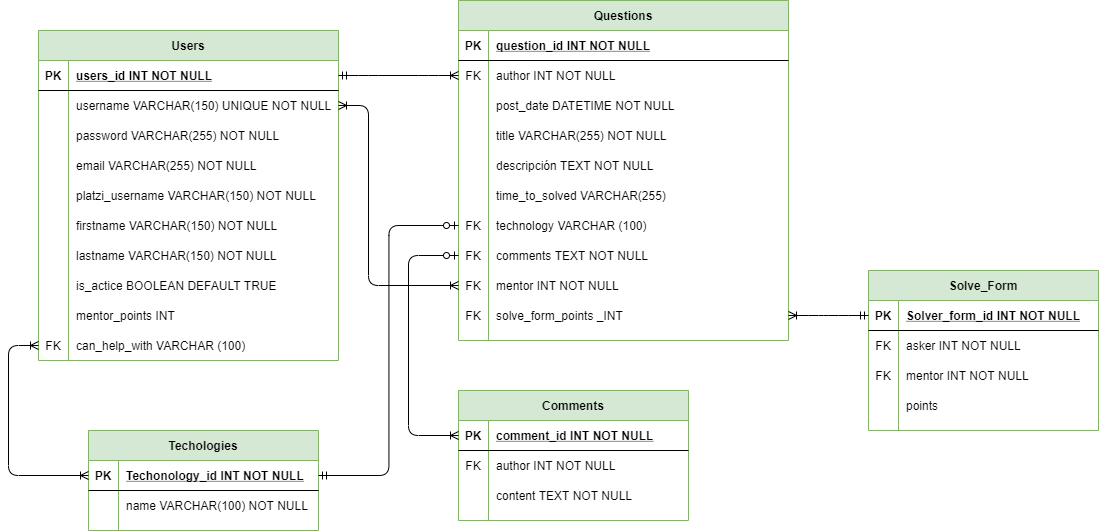
P-Society-Hackaton-Platzi/hackaton-platzi-master-ERM keeps this draw.io diagram as ERM/psociety erm.png. Above is the earlier version. Source tidied: cells renumbered, new cells last; positions are measured from the earlier drawing's top-left corner, leaving out a move shared by most shapes.
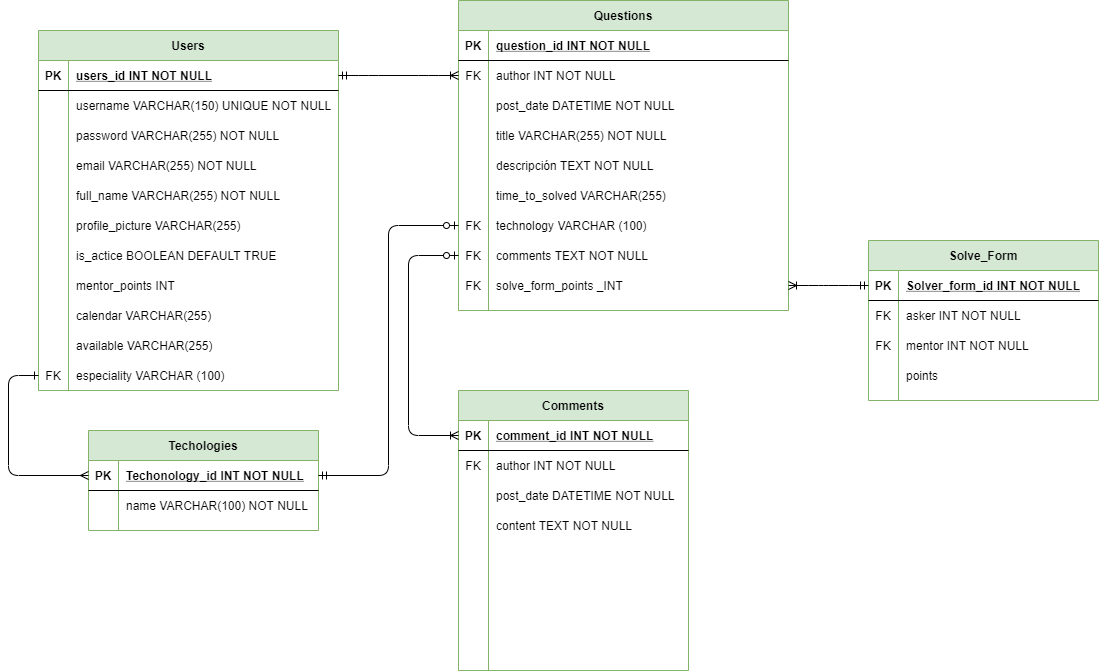
Above is the later version.

The edit, as a diff of the source:
```diff
@@ -3,7 +3,7 @@
     <mxCell id="0" />
     <mxCell id="1" parent="0" />
     <mxCell id="2" value="Users" style="shape=table;startSize=30;rowLines=0;fontStyle=1;align=center;strokeColor=#82b366;fillColor=#d5e8d4;" parent="1" vertex="1">
-      <mxGeometry x="30" y="30" width="300" height="330" as="geometry" />
+      <mxGeometry x="30" y="30" width="300" height="360" as="geometry" />
     </mxCell>
     <mxCell id="3" style="shape=partialRectangle;fillColor=none;top=0;left=0;bottom=1;right=0;points=[[0,0.5],[1,0.5]];portConstraint=eastwest;" parent="2" vertex="1">
       <mxGeometry y="30" width="300" height="30" as="geometry" />
@@ -41,35 +41,26 @@
     <mxCell id="14" value="email VARCHAR(255) NOT NULL" style="shape=partialRectangle;fillColor=none;top=0;left=0;bottom=0;right=0;align=left;spacingLeft=6;overflow=hidden;" parent="12" vertex="1">
       <mxGeometry x="30" width="270" height="30" as="geometry" />
     </mxCell>
-    <mxCell id="15" style="shape=partialRectangle;fillColor=none;top=0;left=0;bottom=0;right=0;" parent="2" vertex="1">
-      <mxGeometry y="150" width="300" height="30" as="geometry" />
-    </mxCell>
-    <mxCell id="16" style="shape=partialRectangle;fillColor=none;top=0;left=0;bottom=0;right=0;overflow=hidden;" parent="15" vertex="1">
-      <mxGeometry width="30" height="30" as="geometry" />
-    </mxCell>
-    <mxCell id="17" value="platzi_username VARCHAR(150) NOT NULL" style="shape=partialRectangle;fillColor=none;top=0;left=0;bottom=0;right=0;align=left;spacingLeft=6;overflow=hidden;" parent="15" vertex="1">
-      <mxGeometry x="30" width="270" height="30" as="geometry" />
-    </mxCell>
     <mxCell id="18" style="shape=partialRectangle;fillColor=none;top=0;left=0;bottom=0;right=0;" parent="2" vertex="1">
-      <mxGeometry y="180" width="300" height="30" as="geometry" />
+      <mxGeometry y="150" width="300" height="30" as="geometry" />
     </mxCell>
     <mxCell id="19" style="shape=partialRectangle;fillColor=none;top=0;left=0;bottom=0;right=0;overflow=hidden;" parent="18" vertex="1">
       <mxGeometry width="30" height="30" as="geometry" />
     </mxCell>
-    <mxCell id="20" value="firstname VARCHAR(150) NOT NULL" style="shape=partialRectangle;fillColor=none;top=0;left=0;bottom=0;right=0;align=left;spacingLeft=6;overflow=hidden;" parent="18" vertex="1">
+    <mxCell id="20" value="full_name VARCHAR(255) NOT NULL" style="shape=partialRectangle;fillColor=none;top=0;left=0;bottom=0;right=0;align=left;spacingLeft=6;overflow=hidden;" parent="18" vertex="1">
       <mxGeometry x="30" width="270" height="30" as="geometry" />
     </mxCell>
-    <mxCell id="21" style="shape=partialRectangle;fillColor=none;top=0;left=0;bottom=0;right=0;" parent="2" vertex="1">
-      <mxGeometry y="210" width="300" height="30" as="geometry" />
-    </mxCell>
-    <mxCell id="22" style="shape=partialRectangle;fillColor=none;top=0;left=0;bottom=0;right=0;overflow=hidden;" parent="21" vertex="1">
-      <mxGeometry width="30" height="30" as="geometry" />
-    </mxCell>
-    <mxCell id="23" value="lastname VARCHAR(150) NOT NULL" style="shape=partialRectangle;fillColor=none;top=0;left=0;bottom=0;right=0;align=left;spacingLeft=6;overflow=hidden;" parent="21" vertex="1">
-      <mxGeometry x="30" width="270" height="30" as="geometry" />
-    </mxCell>
+    <mxCell id="100" style="shape=partialRectangle;fillColor=none;top=0;left=0;bottom=0;right=0;" parent="2" vertex="1">
+      <mxGeometry y="180" width="300" height="30" as="geometry" />
+    </mxCell>
+    <mxCell id="101" style="shape=partialRectangle;fillColor=none;top=0;left=0;bottom=0;right=0;overflow=hidden;" parent="100" vertex="1">
+      <mxGeometry width="30" height="30" as="geometry" />
+    </mxCell>
+    <mxCell id="102" value="profile_picture VARCHAR(255)" style="shape=partialRectangle;fillColor=none;top=0;left=0;bottom=0;right=0;align=left;spacingLeft=6;overflow=hidden;" parent="100" vertex="1">
+      <mxGeometry x="30" width="270" height="30" as="geometry" />
+    </mxCell>
     <mxCell id="24" style="shape=partialRectangle;fillColor=none;top=0;left=0;bottom=0;right=0;" parent="2" vertex="1">
-      <mxGeometry y="240" width="300" height="30" as="geometry" />
+      <mxGeometry y="210" width="300" height="30" as="geometry" />
     </mxCell>
     <mxCell id="25" style="shape=partialRectangle;fillColor=none;top=0;left=0;bottom=0;right=0;overflow=hidden;" parent="24" vertex="1">
       <mxGeometry width="30" height="30" as="geometry" />
@@ -78,7 +69,7 @@
       <mxGeometry x="30" width="270" height="30" as="geometry" />
     </mxCell>
     <mxCell id="27" style="shape=partialRectangle;fillColor=none;top=0;left=0;bottom=0;right=0;" parent="2" vertex="1">
-      <mxGeometry y="270" width="300" height="30" as="geometry" />
+      <mxGeometry y="240" width="300" height="30" as="geometry" />
     </mxCell>
     <mxCell id="28" style="shape=partialRectangle;fillColor=none;top=0;left=0;bottom=0;right=0;overflow=hidden;" parent="27" vertex="1">
       <mxGeometry width="30" height="30" as="geometry" />
@@ -86,13 +77,31 @@
     <mxCell id="29" value="mentor_points INT " style="shape=partialRectangle;fillColor=none;top=0;left=0;bottom=0;right=0;align=left;spacingLeft=6;overflow=hidden;" parent="27" vertex="1">
       <mxGeometry x="30" width="270" height="30" as="geometry" />
     </mxCell>
+    <mxCell id="103" style="shape=partialRectangle;fillColor=none;top=0;left=0;bottom=0;right=0;" parent="2" vertex="1">
+      <mxGeometry y="270" width="300" height="30" as="geometry" />
+    </mxCell>
+    <mxCell id="104" style="shape=partialRectangle;fillColor=none;top=0;left=0;bottom=0;right=0;overflow=hidden;" parent="103" vertex="1">
+      <mxGeometry width="30" height="30" as="geometry" />
+    </mxCell>
+    <mxCell id="105" value="calendar VARCHAR(255)" style="shape=partialRectangle;fillColor=none;top=0;left=0;bottom=0;right=0;align=left;spacingLeft=6;overflow=hidden;" parent="103" vertex="1">
+      <mxGeometry x="30" width="270" height="30" as="geometry" />
+    </mxCell>
+    <mxCell id="106" style="shape=partialRectangle;fillColor=none;top=0;left=0;bottom=0;right=0;" parent="2" vertex="1">
+      <mxGeometry y="300" width="300" height="30" as="geometry" />
+    </mxCell>
+    <mxCell id="107" style="shape=partialRectangle;fillColor=none;top=0;left=0;bottom=0;right=0;overflow=hidden;" parent="106" vertex="1">
+      <mxGeometry width="30" height="30" as="geometry" />
+    </mxCell>
+    <mxCell id="108" value="available VARCHAR(255)" style="shape=partialRectangle;fillColor=none;top=0;left=0;bottom=0;right=0;align=left;spacingLeft=6;overflow=hidden;" parent="106" vertex="1">
+      <mxGeometry x="30" width="270" height="30" as="geometry" />
+    </mxCell>
     <mxCell id="30" style="shape=partialRectangle;fillColor=none;top=0;left=0;bottom=0;right=0;points=[[0,0.5],[1,0.5]];portConstraint=eastwest;" parent="2" vertex="1">
-      <mxGeometry y="300" width="300" height="30" as="geometry" />
+      <mxGeometry y="330" width="300" height="30" as="geometry" />
     </mxCell>
     <mxCell id="31" value="FK" style="shape=partialRectangle;fillColor=none;top=0;left=0;bottom=0;right=0;overflow=hidden;" parent="30" vertex="1">
       <mxGeometry width="30" height="30" as="geometry" />
     </mxCell>
-    <mxCell id="32" value="can_help_with VARCHAR (100)" style="shape=partialRectangle;fillColor=none;top=0;left=0;bottom=0;right=0;align=left;spacingLeft=6;overflow=hidden;" parent="30" vertex="1">
+    <mxCell id="32" value="especiality VARCHAR (100)" style="shape=partialRectangle;fillColor=none;top=0;left=0;bottom=0;right=0;align=left;spacingLeft=6;overflow=hidden;" parent="30" vertex="1">
       <mxGeometry x="30" width="270" height="30" as="geometry" />
     </mxCell>
     <mxCell id="33" value="Techologies" style="shape=table;startSize=30;rowLines=0;fontStyle=1;align=center;fillColor=#d5e8d4;strokeColor=#82b366;" parent="1" vertex="1">
@@ -117,7 +126,7 @@
       <mxGeometry x="30" width="200" height="30" as="geometry" />
     </mxCell>
     <mxCell id="40" value="Questions" style="shape=table;startSize=30;rowLines=0;fontStyle=1;align=center;fillColor=#d5e8d4;strokeColor=#82b366;" parent="1" vertex="1">
-      <mxGeometry x="450" width="330" height="340" as="geometry" />
+      <mxGeometry x="450" width="330" height="310" as="geometry" />
     </mxCell>
     <mxCell id="41" style="shape=partialRectangle;fillColor=none;top=0;left=0;bottom=1;right=0;gradientColor=#ffffff;" parent="40" vertex="1">
       <mxGeometry y="30" width="330" height="30" as="geometry" />
@@ -191,17 +200,8 @@
     <mxCell id="64" value="comments TEXT NOT NULL" style="shape=partialRectangle;fillColor=none;top=0;left=0;bottom=0;right=0;align=left;spacingLeft=6;overflow=hidden;gradientColor=#ffffff;" parent="62" vertex="1">
       <mxGeometry x="30" width="300" height="30" as="geometry" />
     </mxCell>
-    <mxCell id="65" style="shape=partialRectangle;fillColor=none;top=0;left=0;bottom=0;right=0;points=[[0,0.5],[1,0.5]];portConstraint=eastwest;gradientColor=#ffffff;" parent="40" vertex="1">
-      <mxGeometry y="270" width="330" height="30" as="geometry" />
-    </mxCell>
-    <mxCell id="66" value="FK" style="shape=partialRectangle;fillColor=none;top=0;left=0;bottom=0;right=0;overflow=hidden;gradientColor=#ffffff;" parent="65" vertex="1">
-      <mxGeometry width="30" height="30" as="geometry" />
-    </mxCell>
-    <mxCell id="67" value="mentor INT NOT NULL" style="shape=partialRectangle;fillColor=none;top=0;left=0;bottom=0;right=0;align=left;spacingLeft=6;overflow=hidden;gradientColor=#ffffff;" parent="65" vertex="1">
-      <mxGeometry x="30" width="300" height="30" as="geometry" />
-    </mxCell>
     <mxCell id="68" style="shape=partialRectangle;fillColor=none;top=0;left=0;bottom=0;right=0;points=[[0,0.5],[1,0.5]];portConstraint=eastwest;gradientColor=#ffffff;" parent="40" vertex="1">
-      <mxGeometry y="300" width="330" height="30" as="geometry" />
+      <mxGeometry y="270" width="330" height="30" as="geometry" />
     </mxCell>
     <mxCell id="69" value="FK" style="shape=partialRectangle;fillColor=none;top=0;left=0;bottom=0;right=0;overflow=hidden;gradientColor=#ffffff;" parent="68" vertex="1">
       <mxGeometry width="30" height="30" as="geometry" />
@@ -210,7 +210,7 @@
       <mxGeometry x="30" width="300" height="30" as="geometry" />
     </mxCell>
     <mxCell id="71" value="Comments" style="shape=table;startSize=30;rowLines=0;fontStyle=1;align=center;fillColor=#d5e8d4;strokeColor=#82b366;" parent="1" vertex="1">
-      <mxGeometry x="450" y="390" width="230" height="130" as="geometry" />
+      <mxGeometry x="450" y="390" width="230" height="280" as="geometry" />
     </mxCell>
     <mxCell id="72" style="shape=partialRectangle;fillColor=none;top=0;left=0;bottom=1;right=0;points=[[0,0.5],[1,0.5]];portConstraint=eastwest;" parent="71" vertex="1">
       <mxGeometry y="30" width="230" height="30" as="geometry" />
@@ -230,8 +230,17 @@
     <mxCell id="77" value="author INT NOT NULL" style="shape=partialRectangle;fillColor=none;top=0;left=0;bottom=0;right=0;align=left;spacingLeft=6;overflow=hidden;" parent="75" vertex="1">
       <mxGeometry x="30" width="200" height="30" as="geometry" />
     </mxCell>
+    <mxCell id="109" style="shape=partialRectangle;fillColor=none;top=0;left=0;bottom=0;right=0;" parent="71" vertex="1">
+      <mxGeometry y="90" width="230" height="30" as="geometry" />
+    </mxCell>
+    <mxCell id="110" style="shape=partialRectangle;fillColor=none;top=0;left=0;bottom=0;right=0;overflow=hidden;" parent="109" vertex="1">
+      <mxGeometry width="30" height="30" as="geometry" />
+    </mxCell>
+    <mxCell id="111" value="post_date DATETIME NOT NULL" style="shape=partialRectangle;fillColor=none;top=0;left=0;bottom=0;right=0;align=left;spacingLeft=6;overflow=hidden;" parent="109" vertex="1">
+      <mxGeometry x="30" width="200" height="30" as="geometry" />
+    </mxCell>
     <mxCell id="78" style="shape=partialRectangle;fillColor=none;top=0;left=0;bottom=0;right=0;" parent="71" vertex="1">
-      <mxGeometry y="90" width="230" height="30" as="geometry" />
+      <mxGeometry y="120" width="230" height="30" as="geometry" />
     </mxCell>
     <mxCell id="79" style="shape=partialRectangle;fillColor=none;top=0;left=0;bottom=0;right=0;overflow=hidden;" parent="78" vertex="1">
       <mxGeometry width="30" height="30" as="geometry" />
@@ -240,7 +249,7 @@
       <mxGeometry x="30" width="200" height="30" as="geometry" />
     </mxCell>
     <mxCell id="81" value="Solve_Form" style="shape=table;startSize=30;rowLines=0;fontStyle=1;align=center;fillColor=#d5e8d4;strokeColor=#82b366;" parent="1" vertex="1">
-      <mxGeometry x="860" y="270" width="230" height="160" as="geometry" />
+      <mxGeometry x="860" y="240" width="230" height="160" as="geometry" />
     </mxCell>
     <mxCell id="82" style="shape=partialRectangle;fillColor=none;top=0;left=0;bottom=1;right=0;points=[[0,0.5],[1,0.5]];portConstraint=eastwest;" parent="81" vertex="1">
       <mxGeometry y="30" width="230" height="30" as="geometry" />
@@ -281,13 +290,6 @@
     <mxCell id="94" style="edgeStyle=entityRelationEdgeStyle;fontSize=12;html=1;endArrow=ERoneToMany;startArrow=ERmandOne;strokeColor=#000000;exitX=1;exitY=0.5;exitDx=0;exitDy=0;entryX=0;entryY=0.5;entryDx=0;entryDy=0;" parent="1" edge="1" source="3" target="44">
       <mxGeometry relative="1" as="geometry" />
     </mxCell>
-    <mxCell id="95" style="edgeStyle=elbowEdgeStyle;fontSize=12;html=1;endArrow=ERoneToMany;startArrow=ERoneToMany;strokeColor=#000000;entryX=0;entryY=0.5;entryDx=0;entryDy=0;exitX=1;exitY=0.5;exitDx=0;exitDy=0;" parent="1" edge="1" source="6" target="65">
-      <mxGeometry relative="1" as="geometry">
-        <Array as="points">
-          <mxPoint x="360" y="210" />
-        </Array>
-      </mxGeometry>
-    </mxCell>
     <mxCell id="96" style="edgeStyle=elbowEdgeStyle;fontSize=12;html=1;endArrow=ERzeroToOne;startArrow=ERmandOne;strokeColor=#000000;entryX=0;entryY=0.5;entryDx=0;entryDy=0;exitX=1;exitY=0.5;exitDx=0;exitDy=0;" parent="1" edge="1" source="34" target="59">
       <mxGeometry relative="1" as="geometry" />
     </mxCell>
@@ -298,7 +300,7 @@
         </Array>
       </mxGeometry>
     </mxCell>
-    <mxCell id="98" style="edgeStyle=elbowEdgeStyle;fontSize=12;html=1;endArrow=ERoneToMany;startArrow=ERoneToMany;strokeColor=#000000;entryX=0;entryY=0.5;entryDx=0;entryDy=0;exitX=0;exitY=0.5;exitDx=0;exitDy=0;" parent="1" edge="1" source="34" target="30">
+    <mxCell id="98" style="edgeStyle=elbowEdgeStyle;fontSize=12;html=1;endArrow=ERone;startArrow=ERmany;strokeColor=#000000;entryX=0;entryY=0.5;entryDx=0;entryDy=0;exitX=0;exitY=0.5;exitDx=0;exitDy=0;endFill=0;startFill=0;" parent="1" edge="1" source="34" target="30">
       <mxGeometry relative="1" as="geometry">
         <Array as="points">
           <mxPoint y="420" />
```
